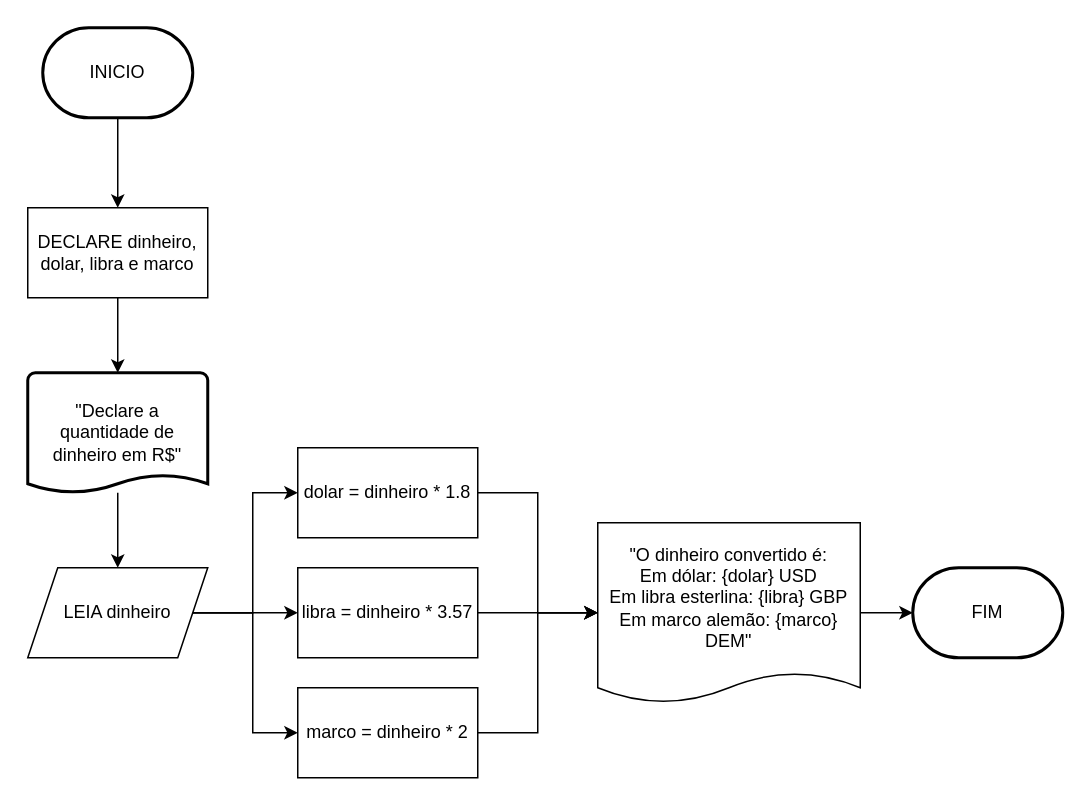
Above: Exercícios ALP/Exercicio 16/ex16.drawio in 0Zenix/fatec (draw.io), before the change. Source tidied: cells renumbered, new cells numbered last; positions are measured from the earlier drawing's top-left corner, leaving out a move shared by most shapes. Both pictures are drawn from the tidied source at 150%, with x=0, y=0 at pixel (27, 27).
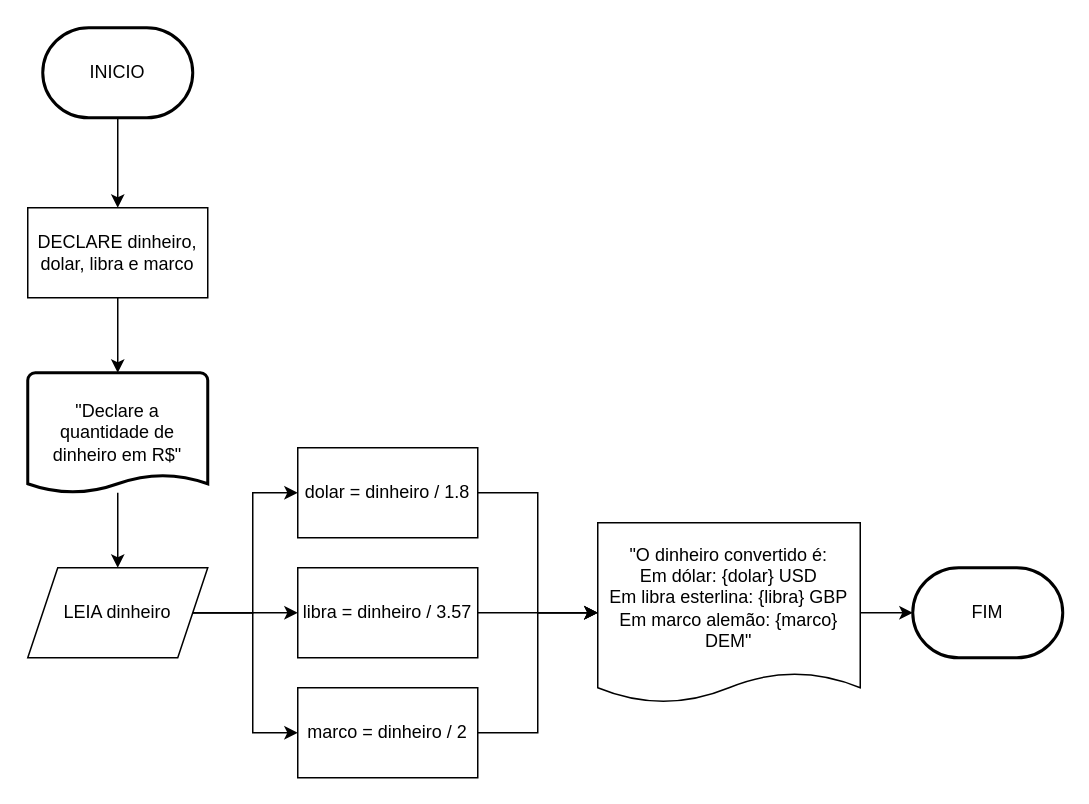
After the change.

Change to the diagram source:
```diff
@@
-    <mxCell id="14" value="libra = dinheiro * 3.57" style="rounded=0;whiteSpace=wrap;html=1;" parent="1" vertex="1">
+    <mxCell id="14" value="libra = dinheiro / 3.57" style="rounded=0;whiteSpace=wrap;html=1;" parent="1" vertex="1">
       <mxGeometry x="180" y="360" width="120" height="60" as="geometry" />
     </mxCell>
@@
-    <mxCell id="16" value="marco = dinheiro * 2" style="rounded=0;whiteSpace=wrap;html=1;" parent="1" vertex="1">
+    <mxCell id="16" value="marco = dinheiro / 2" style="rounded=0;whiteSpace=wrap;html=1;" parent="1" vertex="1">
       <mxGeometry x="180" y="440" width="120" height="60" as="geometry" />
     </mxCell>
@@
-    <mxCell id="18" value="dolar = dinheiro * 1.8" style="rounded=0;whiteSpace=wrap;html=1;" parent="1" vertex="1">
+    <mxCell id="18" value="dolar = dinheiro / 1.8" style="rounded=0;whiteSpace=wrap;html=1;" parent="1" vertex="1">
       <mxGeometry x="180" y="280" width="120" height="60" as="geometry" />
     </mxCell>
```
